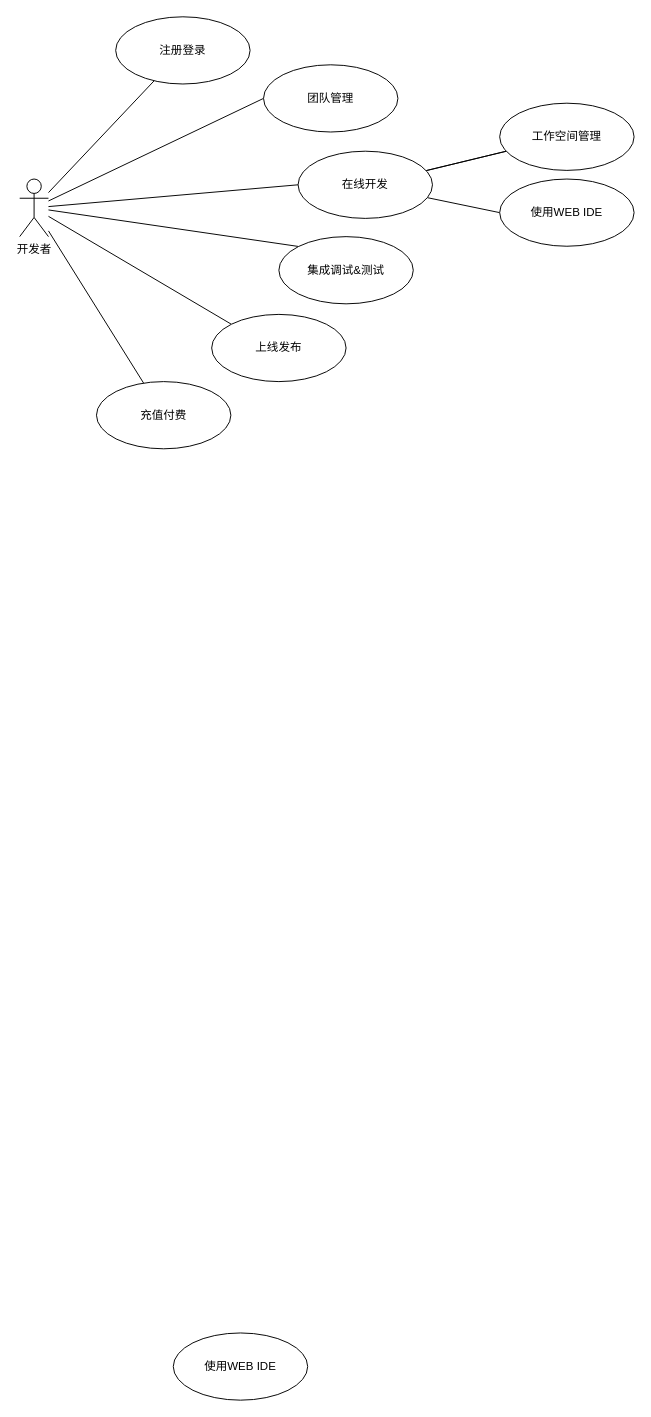
This is page "用例概览01" (1 of 3) of _design_file/02.requirement/usercase/001.overview.drawio from tatawind/cloud-workspace-docs, a draw.io file, before an edit. Source tidied: cells renumbered, new cells numbered last; positions are measured from the earlier drawing's top-left corner, leaving out a move shared by most shapes. Both pictures are drawn from the tidied source at 96%, with x=0, y=0 at pixel (19, 16).
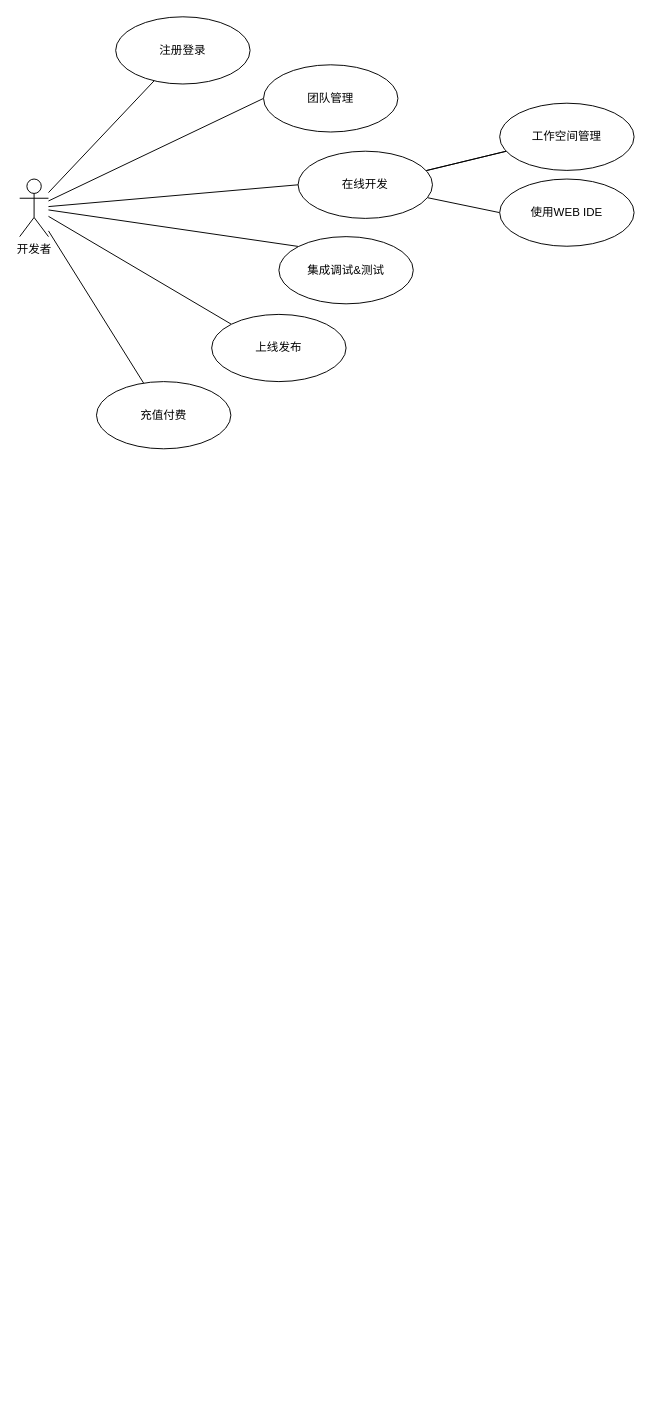
After the change.

Diff of the diagram source:
```diff
@@
-    <mxCell id="14" value="使用WEB IDE" style="ellipse;whiteSpace=wrap;html=1;" parent="1" vertex="1">
-      <mxGeometry x="160" y="1371" width="140" height="70" as="geometry" />
-    </mxCell>
```
